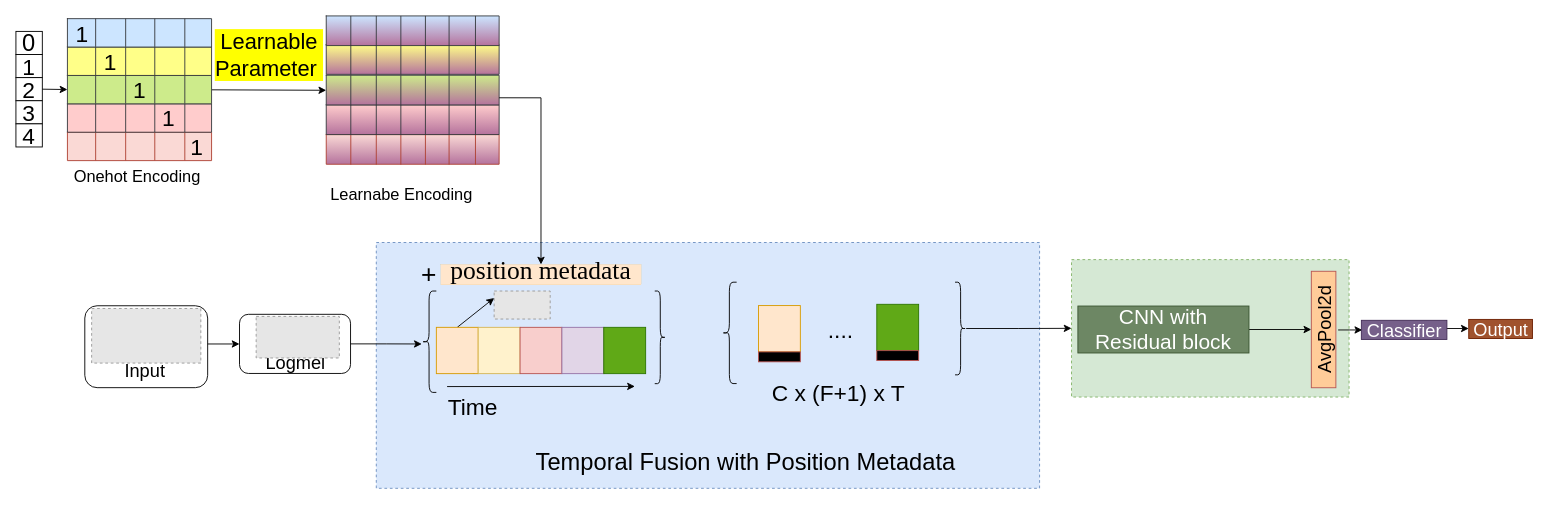
The draw.io diagram time_fusion_without_特征fusion.drawio in lhwjsj/Diagram, before the edit. Source tidied: cells renumbered, new cells numbered last; positions are measured from the earlier drawing's top-left corner, leaving out a move shared by most shapes. Both pictures are drawn from the tidied source at 91%, with x=0, y=0 at pixel (15, 15). Pictures stored in the file or linked from it are replaced by grey dashed boxes.
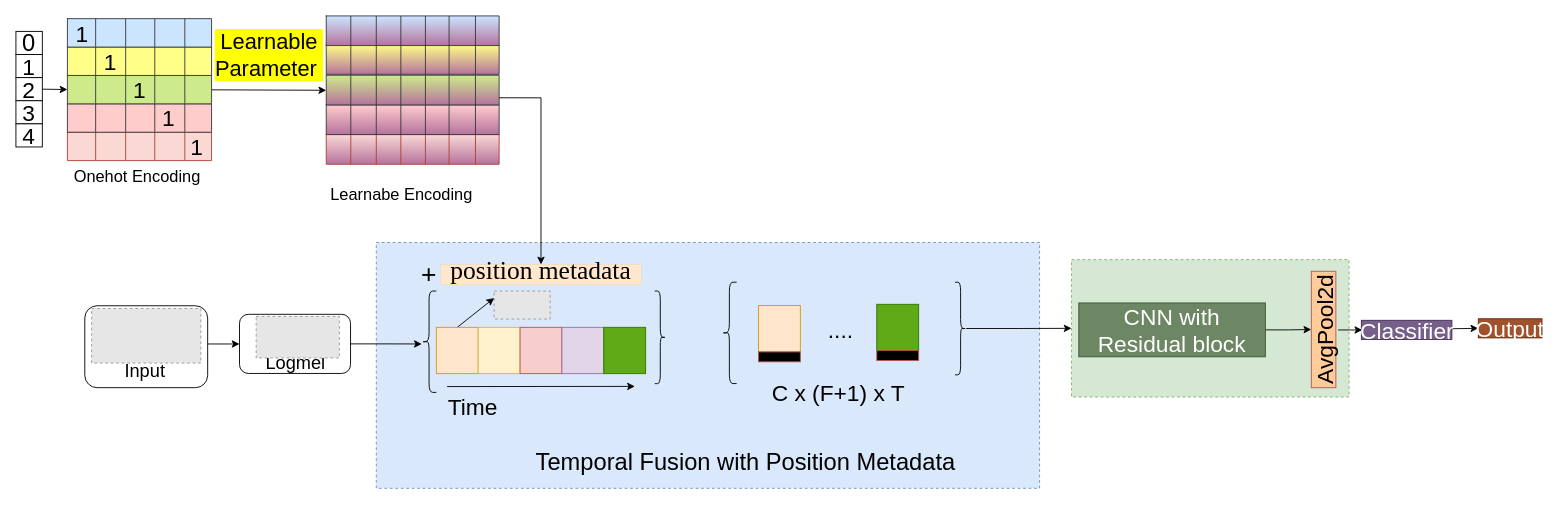
After the change.

Diff of the diagram source:
```diff
@@
-    <mxCell id="137" value="&lt;font style=&quot;font-size: 23px;&quot;&gt;CNN with Residual block&lt;/font&gt;" style="rounded=0;whiteSpace=wrap;html=1;fillColor=#6d8764;strokeColor=#3A5431;fontColor=#ffffff;" parent="1" vertex="1">
-      <mxGeometry x="1167" y="318.8" width="188" height="51.6" as="geometry" />
+    <mxCell id="137" value="&lt;font style=&quot;font-size: 25px;&quot;&gt;CNN with Residual block&lt;/font&gt;" style="rounded=0;whiteSpace=wrap;html=1;fillColor=#6d8764;strokeColor=#3A5431;fontColor=#ffffff;" parent="1" vertex="1">
+      <mxGeometry x="1168" y="315.4" width="205" height="59.2" as="geometry" />
     </mxCell>
-    <mxCell id="138" value="&lt;font style=&quot;font-size: 20px;&quot;&gt;AvgPool2d&lt;/font&gt;" style="rounded=0;whiteSpace=wrap;html=1;fillColor=#FFCC99;strokeColor=#b85450;rotation=-90;" parent="1" vertex="1">
+    <mxCell id="138" value="&lt;font style=&quot;font-size: 25px;&quot;&gt;AvgPool2d&lt;/font&gt;" style="rounded=0;whiteSpace=wrap;html=1;fillColor=#FFCC99;strokeColor=#b85450;rotation=-90;" parent="1" vertex="1">
       <mxGeometry x="1373" y="331.1" width="128" height="27" as="geometry" />
     </mxCell>
@@
-    <mxCell id="141" value="&lt;font style=&quot;font-size: 20px;&quot;&gt;Classifier&lt;/font&gt;" style="rounded=0;whiteSpace=wrap;html=1;fillColor=#76608a;strokeColor=#432D57;rotation=0;fontColor=#ffffff;align=center;" parent="1" vertex="1">
-      <mxGeometry x="1478.5" y="334.5" width="94" height="21" as="geometry" />
+    <mxCell id="141" value="&lt;font style=&quot;font-size: 25px;&quot;&gt;Classifier&lt;/font&gt;" style="rounded=0;whiteSpace=wrap;html=1;fillColor=#76608a;strokeColor=#432D57;rotation=0;fontColor=#ffffff;align=center;" parent="1" vertex="1">
+      <mxGeometry x="1478.5" y="334.5" width="99.5" height="21" as="geometry" />
     </mxCell>
-    <mxCell id="142" value="&lt;font style=&quot;font-size: 20px;&quot;&gt;Output&lt;/font&gt;" style="rounded=0;whiteSpace=wrap;html=1;fillColor=#a0522d;strokeColor=#6D1F00;rotation=0;align=center;fontColor=#ffffff;" parent="1" vertex="1">
-      <mxGeometry x="1596.5" y="333.5" width="70" height="21" as="geometry" />
+    <mxCell id="142" value="&lt;font style=&quot;font-size: 25px;&quot;&gt;Output&lt;/font&gt;" style="rounded=0;whiteSpace=wrap;html=1;fillColor=#a0522d;strokeColor=#6D1F00;rotation=0;align=center;fontColor=#ffffff;" parent="1" vertex="1">
+      <mxGeometry x="1607" y="332.8" width="70" height="21" as="geometry" />
     </mxCell>
```
